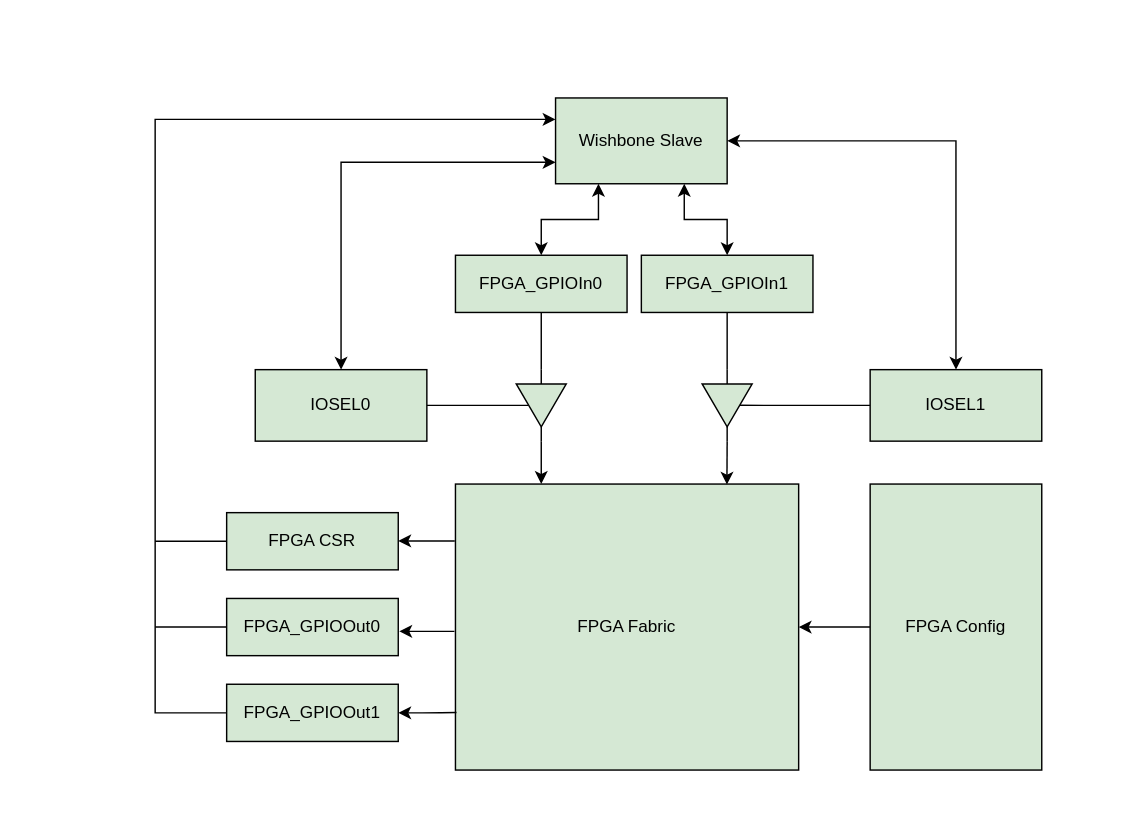
Earlier version of the draw.io diagram page "eFPGA" (2 of 18) of efpga_soc_merged.drawio (yunuseryilmaz18/efpga-project). Source tidied: cells renumbered, new cells numbered last; positions are measured from the earlier drawing's top-left corner, leaving out a move shared by most shapes. Both pictures are drawn from the tidied source at 143%, with x=0, y=0 at pixel (154, 97).
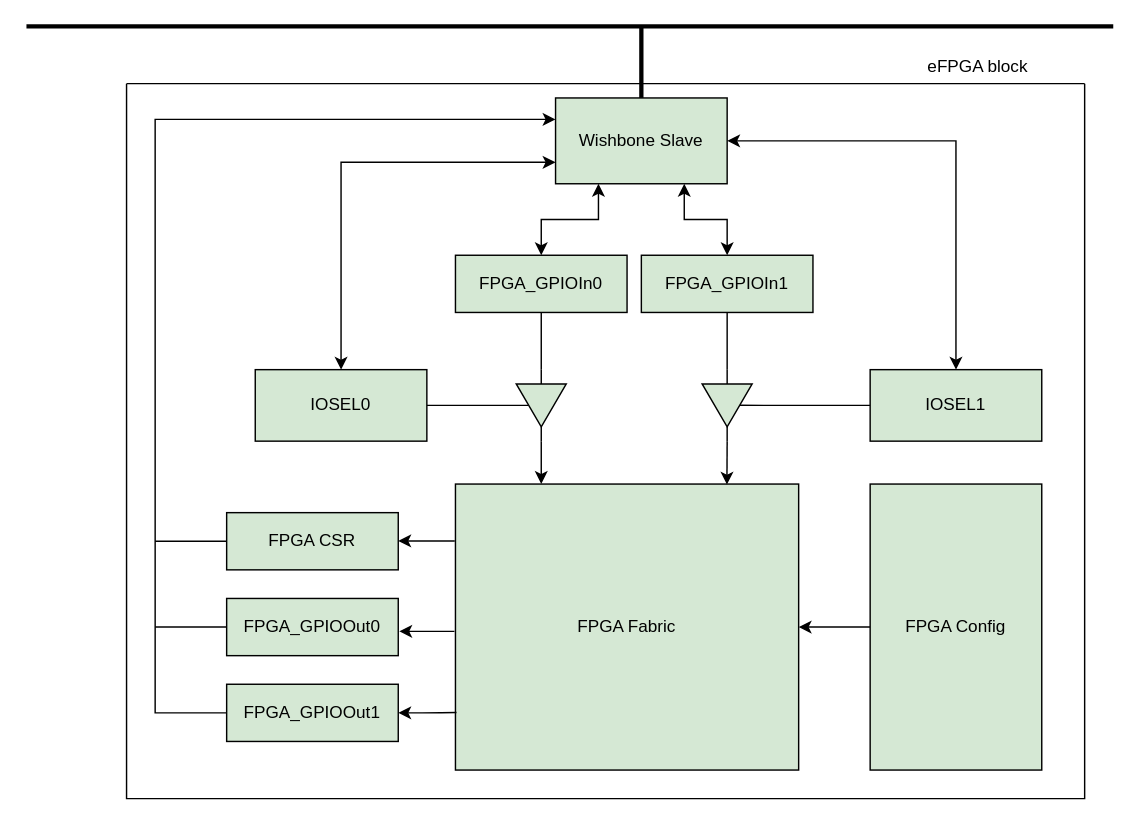
The same page after the edit.

Commit message (it also covers changes not shown here):
eFPGA bloğu güncellendi.

The change refers to these unchanged cells:
```xml
<mxCell id="22" value="Wishbone Slave" style="rounded=0;whiteSpace=wrap;html=1;fillColor=#d5e8d4;strokeColor=#000000;" parent="1" vertex="1">
  <mxGeometry x="280" width="120" height="60" as="geometry" />
</mxCell>
```

The edit, as a diff of the source:
```diff
@@
+    <mxCell id="31" style="edgeStyle=orthogonalEdgeStyle;rounded=0;jettySize=auto;html=1;exitX=0.5;exitY=0;exitDx=0;exitDy=0;endArrow=none;endFill=0;strokeWidth=3;" parent="1" edge="1" source="22">
+      <mxGeometry relative="1" as="geometry">
+        <mxPoint x="340" y="-50" as="targetPoint" />
+      </mxGeometry>
+    </mxCell>
@@
+    <mxCell id="32" style="swimlane;startSize=0;" parent="1" vertex="1">
+      <mxGeometry x="-20" y="-10" width="670" height="500" as="geometry" />
+    </mxCell>
+    <mxCell id="33" style="endArrow=none;html=1;rounded=0;strokeWidth=3;" parent="1" edge="1">
+      <mxGeometry relative="1" as="geometry">
+        <mxPoint x="-90" y="-50" as="sourcePoint" />
+        <mxPoint x="670" y="-50" as="targetPoint" />
+      </mxGeometry>
+    </mxCell>
+    <mxCell id="34" value="eFPGA block" style="text;html=1;align=center;verticalAlign=middle;strokeColor=none;fillColor=none;spacingTop=-20;" parent="1" vertex="1">
+      <mxGeometry x="530" y="-17" width="90" height="10" as="geometry" />
+    </mxCell>
```
